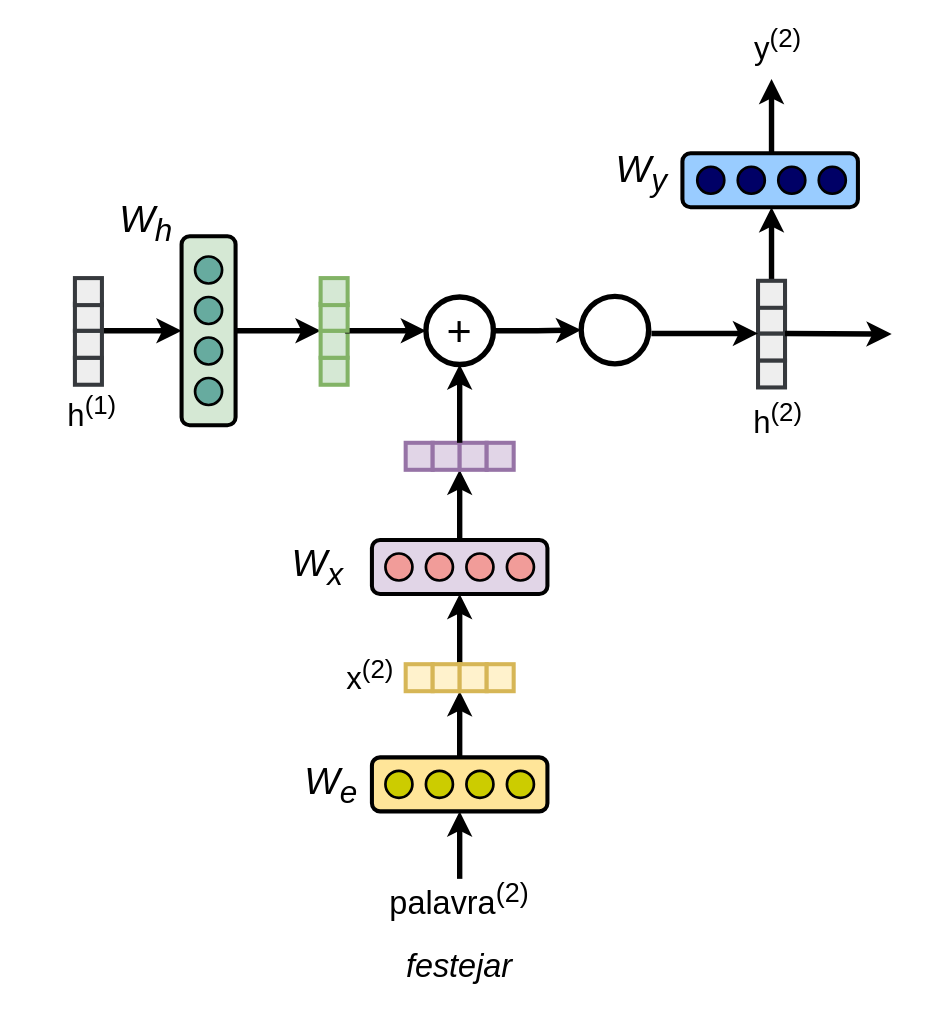
The draw.io diagram rnn_lm_detailed.drawio in viniciusrpb/drawio_flowcharts, before the edit. Source tidied: cells renumbered, new cells numbered last; positions are measured from the earlier drawing's top-left corner, leaving out a move shared by most shapes. Both pictures are drawn from the tidied source at 135%, with x=0, y=0 at pixel (51, 24).
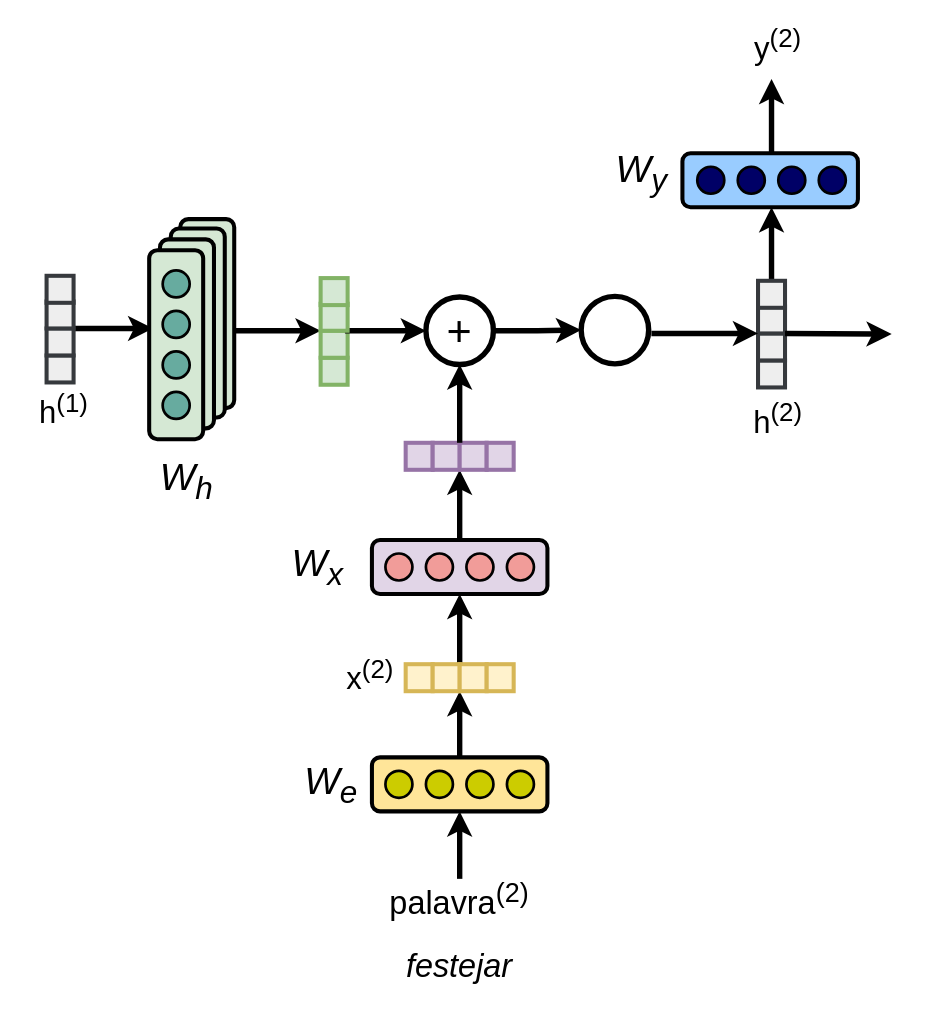
Above is the later version.

Unchanged cells that the change refers to:
```xml
<mxCell id="62" style="rounded=0;whiteSpace=wrap;html=1;strokeWidth=3;fillColor=#d5e8d4;strokeColor=#82b366;" parent="1" vertex="1">
  <mxGeometry x="199" y="206.5" width="20" height="20" as="geometry" />
</mxCell>
```

What changed in the source:
```diff
@@
-    <mxCell id="8" style="edgeStyle=orthogonalEdgeStyle;rounded=0;jettySize=auto;html=1;exitX=0.5;exitY=0;exitDx=0;exitDy=0;entryX=0;entryY=1;entryDx=0;entryDy=0;strokeWidth=4;" parent="1" edge="1" source="9" target="62">
+    <mxCell id="8" style="edgeStyle=orthogonalEdgeStyle;rounded=0;jettySize=auto;html=1;exitX=0.5;exitY=0;exitDx=0;exitDy=0;entryX=0;entryY=1;entryDx=0;entryDy=0;strokeWidth=4;" parent="1" edge="1" target="62">
       <mxGeometry relative="1" as="geometry">
+        <mxPoint x="136" y="226.5" as="sourcePoint" />
         <Array as="points">
           <mxPoint x="169" y="226.5" />
           <mxPoint x="169" y="226.5" />
         </Array>
       </mxGeometry>
     </mxCell>
-    <mxCell id="9" style="rounded=1;whiteSpace=wrap;html=1;fontSize=12;glass=0;strokeWidth=3;shadow=0;rotation=90;fillColor=#d5e8d4;strokeColor=#000000;" parent="1" vertex="1">
-      <mxGeometry x="46" y="206.5" width="140" height="40" as="geometry" />
-    </mxCell>
-    <mxCell id="10" style="ellipse;whiteSpace=wrap;html=1;strokeWidth=2;fillColor=#67AB9F;strokeColor=#000000;" parent="1" vertex="1">
-      <mxGeometry x="106" y="171.5" width="20" height="20" as="geometry" />
-    </mxCell>
-    <mxCell id="11" style="ellipse;whiteSpace=wrap;html=1;strokeWidth=2;fillColor=#67AB9F;strokeColor=#000000;" parent="1" vertex="1">
-      <mxGeometry x="106" y="201.5" width="20" height="20" as="geometry" />
-    </mxCell>
-    <mxCell id="12" style="ellipse;whiteSpace=wrap;html=1;strokeWidth=2;fillColor=#67AB9F;strokeColor=#000000;" parent="1" vertex="1">
-      <mxGeometry x="106" y="231.5" width="20" height="20" as="geometry" />
-    </mxCell>
-    <mxCell id="13" style="ellipse;whiteSpace=wrap;html=1;strokeWidth=2;fillColor=#67AB9F;strokeColor=#000000;" parent="1" vertex="1">
-      <mxGeometry x="106" y="261.5" width="20" height="20" as="geometry" />
-    </mxCell>
@@
-    <mxCell id="16" style="endArrow=classic;html=1;rounded=0;entryX=0.5;entryY=1;entryDx=0;entryDy=0;strokeWidth=4;exitX=1;exitY=1;exitDx=0;exitDy=0;" parent="1" edge="1" source="46" target="9">
-      <mxGeometry relative="1" as="geometry" />
+    <mxCell id="16" style="endArrow=classic;html=1;rounded=0;entryX=0.5;entryY=1;entryDx=0;entryDy=0;strokeWidth=4;exitX=1;exitY=1;exitDx=0;exitDy=0;" parent="1" edge="1" source="46">
+      <mxGeometry relative="1" as="geometry">
+        <mxPoint x="75" y="224.8" as="targetPoint" />
+      </mxGeometry>
     </mxCell>
     <mxCell id="17" value="h&lt;sup&gt;(1)&lt;/sup&gt;" style="text;html=1;align=center;verticalAlign=middle;whiteSpace=wrap;rounded=0;fontSize=23;strokeWidth=4;" parent="1" vertex="1">
-      <mxGeometry y="271.5" width="60" height="30" as="geometry" />
+      <mxGeometry x="-21" y="269.8" width="60" height="30" as="geometry" />
     </mxCell>
@@
     <mxCell id="20" value="W&lt;sub&gt;h&lt;/sub&gt;" style="text;html=1;align=center;verticalAlign=middle;whiteSpace=wrap;rounded=0;fontSize=28;fontStyle=2;" parent="1" vertex="1">
-      <mxGeometry x="40" y="131.5" width="60" height="30" as="geometry" />
+      <mxGeometry x="69.5" y="323" width="60" height="30" as="geometry" />
     </mxCell>
@@
     <mxCell id="44" style="rounded=0;whiteSpace=wrap;html=1;strokeWidth=3;fillColor=#eeeeee;strokeColor=#36393d;" parent="1" vertex="1">
-      <mxGeometry x="17" y="246.5" width="20" height="20" as="geometry" />
+      <mxGeometry x="-4" y="244.8" width="20" height="20" as="geometry" />
     </mxCell>
     <mxCell id="45" style="rounded=0;whiteSpace=wrap;html=1;strokeWidth=3;fillColor=#eeeeee;strokeColor=#36393d;" parent="1" vertex="1">
-      <mxGeometry x="17" y="226.5" width="20" height="20" as="geometry" />
+      <mxGeometry x="-4" y="224.8" width="20" height="20" as="geometry" />
     </mxCell>
     <mxCell id="46" style="rounded=0;whiteSpace=wrap;html=1;strokeWidth=3;fillColor=#eeeeee;strokeColor=#36393d;" parent="1" vertex="1">
-      <mxGeometry x="17" y="206.5" width="20" height="20" as="geometry" />
+      <mxGeometry x="-4" y="204.8" width="20" height="20" as="geometry" />
     </mxCell>
     <mxCell id="47" style="rounded=0;whiteSpace=wrap;html=1;strokeWidth=3;fillColor=#eeeeee;strokeColor=#36393d;" parent="1" vertex="1">
-      <mxGeometry x="17" y="187.5" width="20" height="20" as="geometry" />
+      <mxGeometry x="-4" y="185.8" width="20" height="20" as="geometry" />
     </mxCell>
@@
+    <mxCell id="67" style="rounded=1;whiteSpace=wrap;html=1;fontSize=12;glass=0;strokeWidth=3;shadow=0;rotation=90;fillColor=#d5e8d4;strokeColor=#000000;" parent="1" vertex="1">
+      <mxGeometry x="45" y="193.8" width="140" height="40" as="geometry" />
+    </mxCell>
+    <mxCell id="68" style="ellipse;whiteSpace=wrap;html=1;strokeWidth=2;fillColor=#67AB9F;strokeColor=#000000;" parent="1" vertex="1">
+      <mxGeometry x="105" y="158.8" width="20" height="20" as="geometry" />
+    </mxCell>
+    <mxCell id="69" style="ellipse;whiteSpace=wrap;html=1;strokeWidth=2;fillColor=#67AB9F;strokeColor=#000000;" parent="1" vertex="1">
+      <mxGeometry x="105" y="188.8" width="20" height="20" as="geometry" />
+    </mxCell>
+    <mxCell id="70" style="ellipse;whiteSpace=wrap;html=1;strokeWidth=2;fillColor=#67AB9F;strokeColor=#000000;" parent="1" vertex="1">
+      <mxGeometry x="105" y="218.8" width="20" height="20" as="geometry" />
+    </mxCell>
+    <mxCell id="71" style="ellipse;whiteSpace=wrap;html=1;strokeWidth=2;fillColor=#67AB9F;strokeColor=#000000;" parent="1" vertex="1">
+      <mxGeometry x="105" y="248.8" width="20" height="20" as="geometry" />
+    </mxCell>
+    <mxCell id="72" style="rounded=1;whiteSpace=wrap;html=1;fontSize=12;glass=0;strokeWidth=3;shadow=0;rotation=90;fillColor=#d5e8d4;strokeColor=#000000;" parent="1" vertex="1">
+      <mxGeometry x="38" y="200.8" width="140" height="40" as="geometry" />
+    </mxCell>
+    <mxCell id="73" style="ellipse;whiteSpace=wrap;html=1;strokeWidth=2;fillColor=#67AB9F;strokeColor=#000000;" parent="1" vertex="1">
+      <mxGeometry x="98" y="165.8" width="20" height="20" as="geometry" />
+    </mxCell>
+    <mxCell id="74" style="ellipse;whiteSpace=wrap;html=1;strokeWidth=2;fillColor=#67AB9F;strokeColor=#000000;" parent="1" vertex="1">
+      <mxGeometry x="98" y="195.8" width="20" height="20" as="geometry" />
+    </mxCell>
+    <mxCell id="75" style="ellipse;whiteSpace=wrap;html=1;strokeWidth=2;fillColor=#67AB9F;strokeColor=#000000;" parent="1" vertex="1">
+      <mxGeometry x="98" y="225.8" width="20" height="20" as="geometry" />
+    </mxCell>
+    <mxCell id="76" style="ellipse;whiteSpace=wrap;html=1;strokeWidth=2;fillColor=#67AB9F;strokeColor=#000000;" parent="1" vertex="1">
+      <mxGeometry x="98" y="255.8" width="20" height="20" as="geometry" />
+    </mxCell>
+    <mxCell id="77" style="rounded=1;whiteSpace=wrap;html=1;fontSize=12;glass=0;strokeWidth=3;shadow=0;rotation=90;fillColor=#d5e8d4;strokeColor=#000000;" parent="1" vertex="1">
+      <mxGeometry x="30" y="208.8" width="140" height="40" as="geometry" />
+    </mxCell>
+    <mxCell id="78" style="ellipse;whiteSpace=wrap;html=1;strokeWidth=2;fillColor=#67AB9F;strokeColor=#000000;" parent="1" vertex="1">
+      <mxGeometry x="90" y="173.8" width="20" height="20" as="geometry" />
+    </mxCell>
+    <mxCell id="79" style="ellipse;whiteSpace=wrap;html=1;strokeWidth=2;fillColor=#67AB9F;strokeColor=#000000;" parent="1" vertex="1">
+      <mxGeometry x="89" y="202.8" width="21" height="21" as="geometry" />
+    </mxCell>
+    <mxCell id="80" style="ellipse;whiteSpace=wrap;html=1;strokeWidth=2;fillColor=#67AB9F;strokeColor=#000000;" parent="1" vertex="1">
+      <mxGeometry x="90" y="233.8" width="20" height="20" as="geometry" />
+    </mxCell>
+    <mxCell id="81" style="ellipse;whiteSpace=wrap;html=1;strokeWidth=2;fillColor=#67AB9F;strokeColor=#000000;" parent="1" vertex="1">
+      <mxGeometry x="90" y="263.8" width="20" height="20" as="geometry" />
+    </mxCell>
+    <mxCell id="82" style="rounded=1;whiteSpace=wrap;html=1;fontSize=12;glass=0;strokeWidth=3;shadow=0;rotation=90;fillColor=#d5e8d4;strokeColor=#000000;" parent="1" vertex="1">
+      <mxGeometry x="22" y="216.8" width="140" height="40" as="geometry" />
+    </mxCell>
+    <mxCell id="83" style="ellipse;whiteSpace=wrap;html=1;strokeWidth=2;fillColor=#67AB9F;strokeColor=#000000;" parent="1" vertex="1">
+      <mxGeometry x="82" y="181.8" width="20" height="20" as="geometry" />
+    </mxCell>
+    <mxCell id="84" style="ellipse;whiteSpace=wrap;html=1;strokeWidth=2;fillColor=#67AB9F;strokeColor=#000000;" parent="1" vertex="1">
+      <mxGeometry x="82" y="211.8" width="20" height="20" as="geometry" />
+    </mxCell>
+    <mxCell id="85" style="ellipse;whiteSpace=wrap;html=1;strokeWidth=2;fillColor=#67AB9F;strokeColor=#000000;" parent="1" vertex="1">
+      <mxGeometry x="82" y="241.8" width="20" height="20" as="geometry" />
+    </mxCell>
+    <mxCell id="86" style="ellipse;whiteSpace=wrap;html=1;strokeWidth=2;fillColor=#67AB9F;strokeColor=#000000;" parent="1" vertex="1">
+      <mxGeometry x="82" y="271.8" width="20" height="20" as="geometry" />
+    </mxCell>
```
